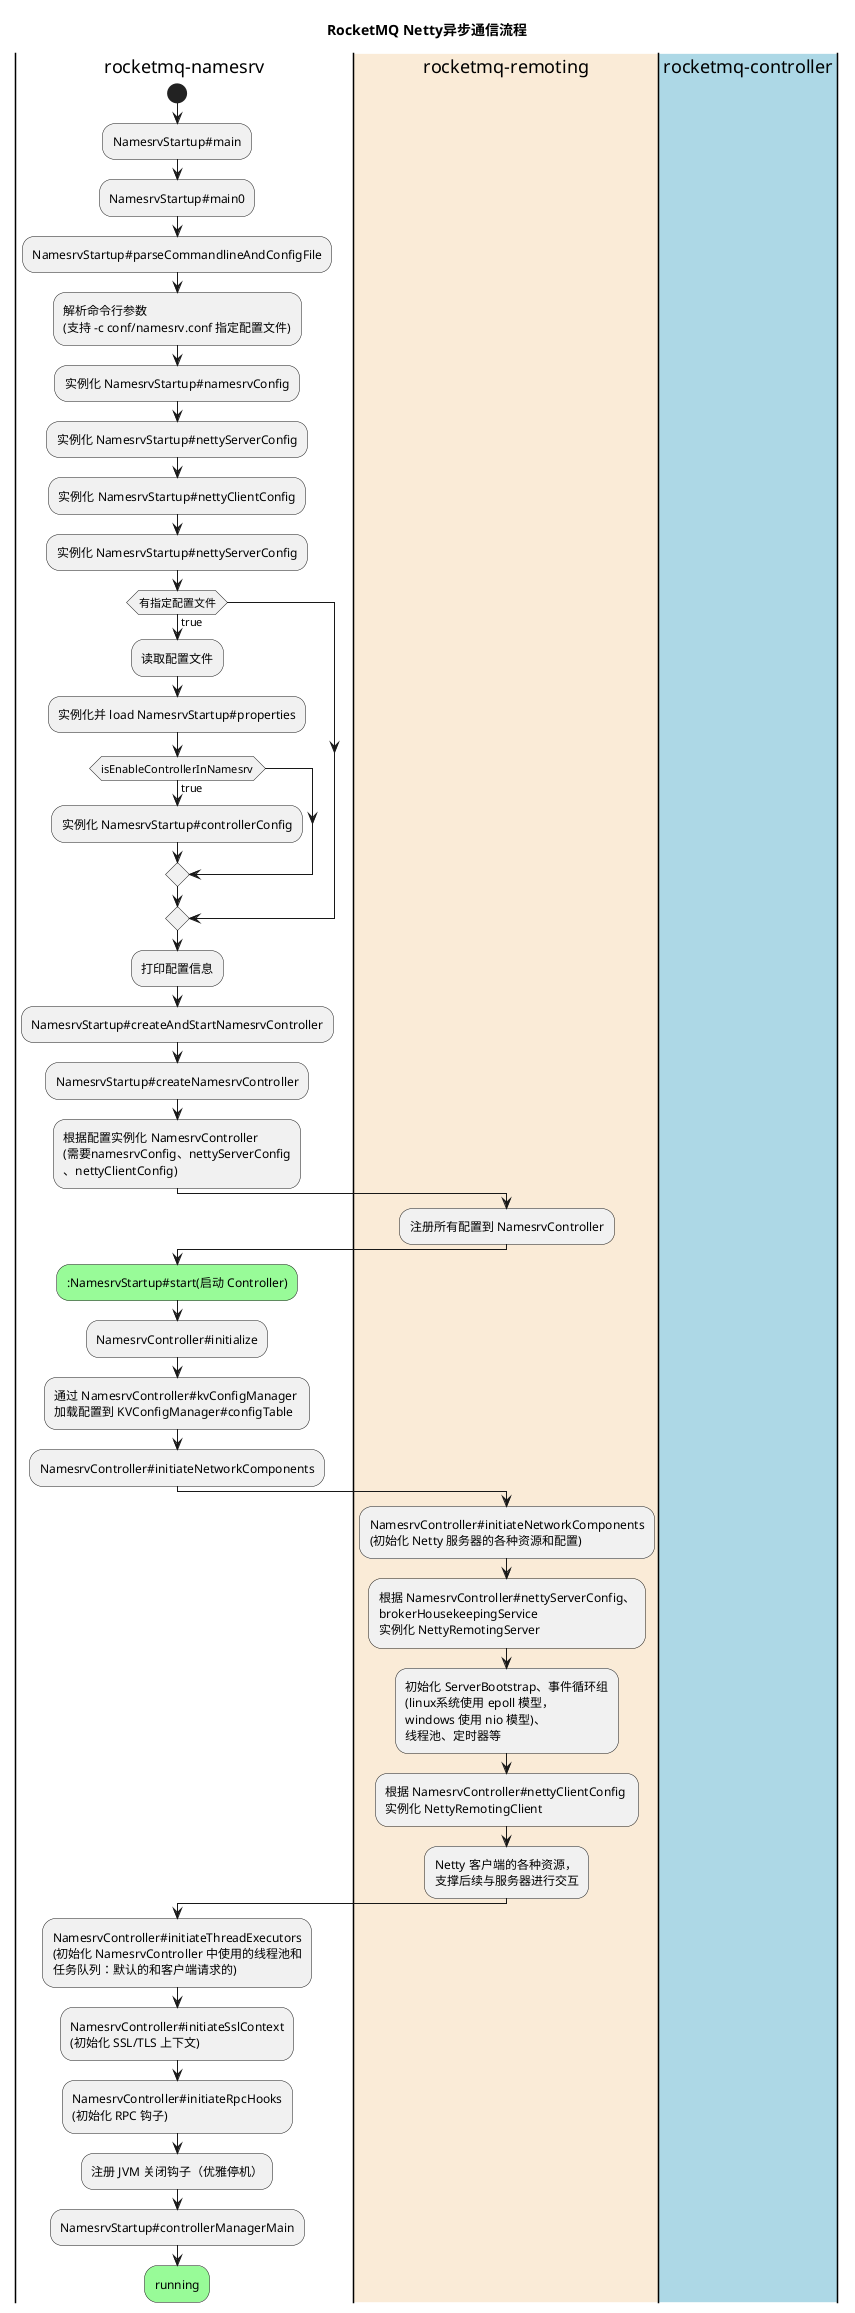
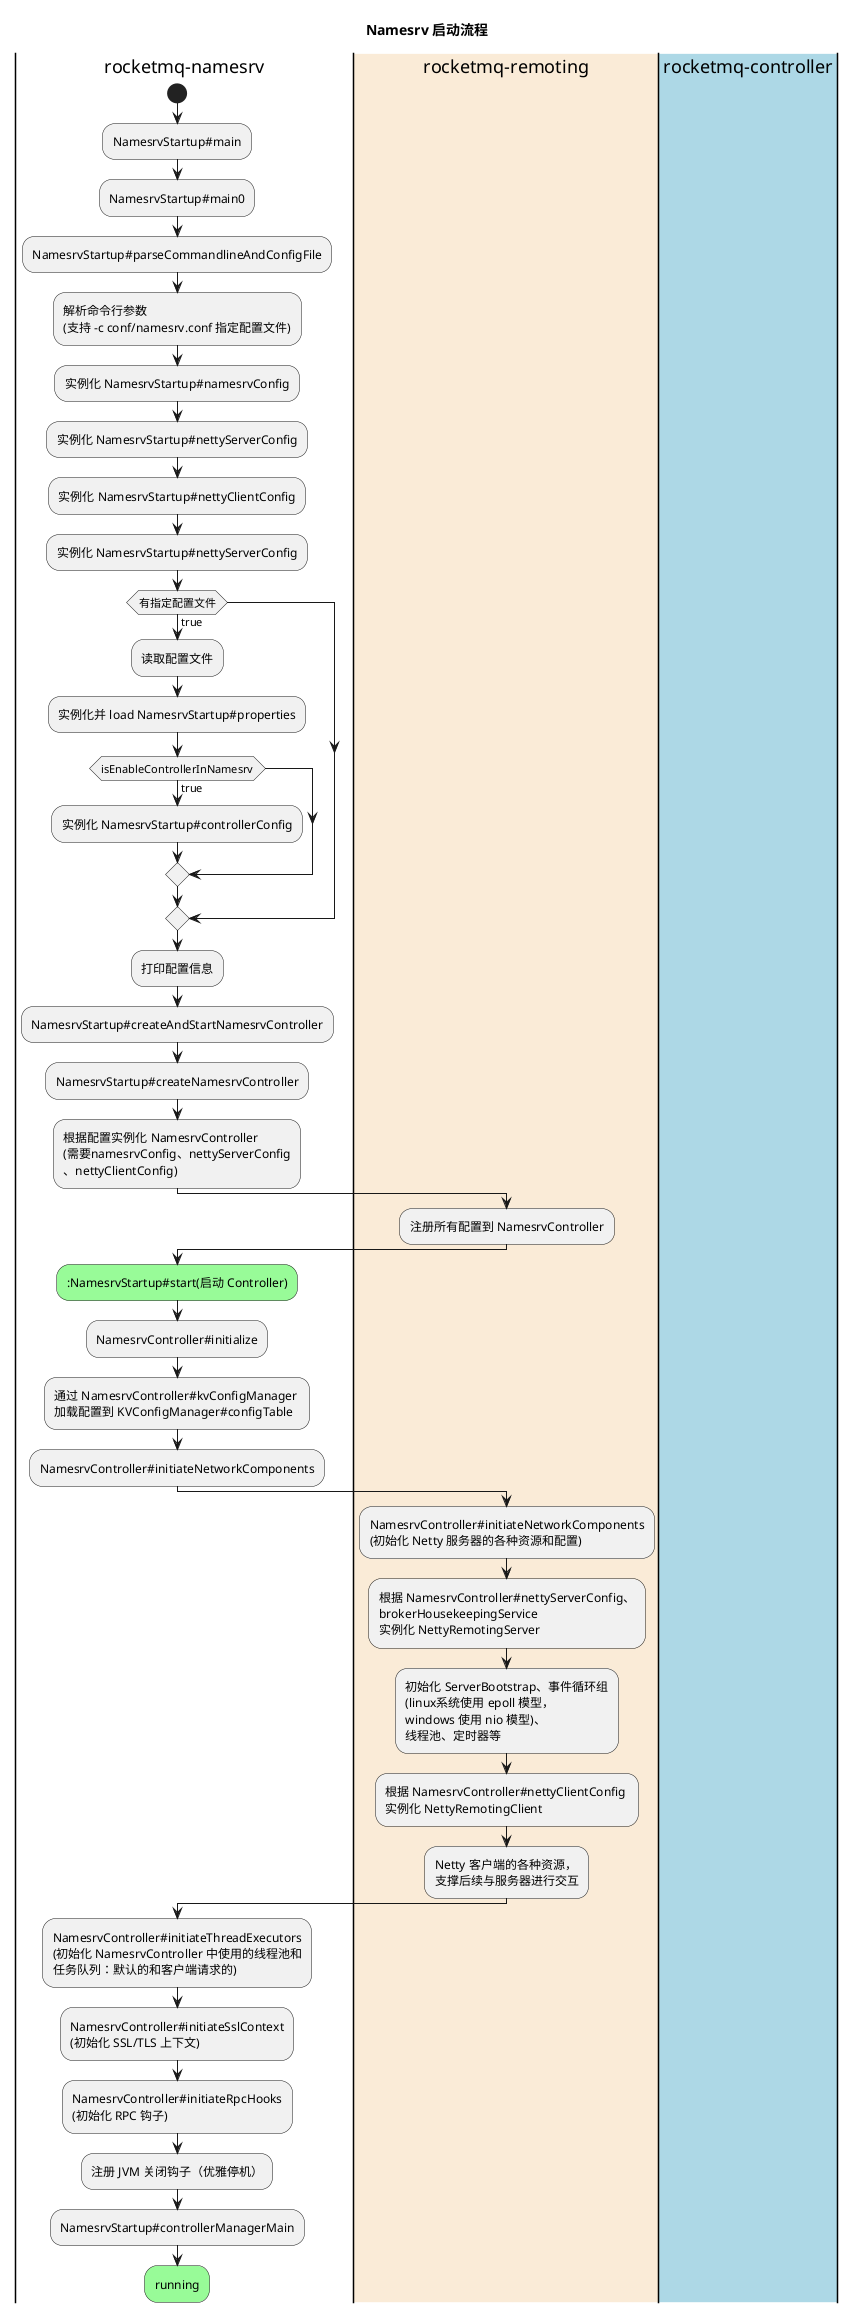
@startuml
- title RocketMQ Netty异步通信流程
+ title Namesrv 启动流程

|rocketmq-namesrv|
start
:NamesrvStartup#main;
    :NamesrvStartup#main0;
        :NamesrvStartup#parseCommandlineAndConfigFile;
            :解析命令行参数\n(支持 -c conf/namesrv.conf 指定配置文件);
            :实例化 NamesrvStartup#namesrvConfig;
            :实例化 NamesrvStartup#nettyServerConfig;
            :实例化 NamesrvStartup#nettyClientConfig;
            :实例化 NamesrvStartup#nettyServerConfig;
            if (有指定配置文件) then (true)
                :读取配置文件;
                :实例化并 load NamesrvStartup#properties;
                if (isEnableControllerInNamesrv) then (true)
                    :实例化 NamesrvStartup#controllerConfig;
                endif
            endif
            :打印配置信息;
        :NamesrvStartup#createAndStartNamesrvController;
            :NamesrvStartup#createNamesrvController;
                :根据配置实例化 NamesrvController\n(需要namesrvConfig、nettyServerConfig\n、nettyClientConfig);
                |#AntiqueWhite|rocketmq-remoting|
                :注册所有配置到 NamesrvController;
            |rocketmq-namesrv|
            #palegreen::NamesrvStartup#start(启动 Controller);
                :NamesrvController#initialize;
                    :通过 NamesrvController#kvConfigManager \n加载配置到 KVConfigManager#configTable;
                    :NamesrvController#initiateNetworkComponents;
                    |#AntiqueWhite|rocketmq-remoting|
                    :NamesrvController#initiateNetworkComponents\n(初始化 Netty 服务器的各种资源和配置);
                        :根据 NamesrvController#nettyServerConfig、\nbrokerHousekeepingService\n实例化 NettyRemotingServer;
                            :初始化 ServerBootstrap、事件循环组\n(linux系统使用 epoll 模型，\nwindows 使用 nio 模型)、\n线程池、定时器等;
                        :根据 NamesrvController#nettyClientConfig \n实例化 NettyRemotingClient;
                            :Netty 客户端的各种资源，\n支撑后续与服务器进行交互;
                    |rocketmq-namesrv|
                    :NamesrvController#initiateThreadExecutors\n(初始化 NamesrvController 中使用的线程池和\n任务队列：默认的和客户端请求的);
                    :NamesrvController#initiateSslContext\n(初始化 SSL/TLS 上下文);
                    :NamesrvController#initiateRpcHooks\n(初始化 RPC 钩子);
                :注册 JVM 关闭钩子（优雅停机）;
:NamesrvStartup#controllerManagerMain;
#palegreen:running;
|#AntiqueWhite|rocketmq-remoting|
|#LightBlue|rocketmq-controller|



@enduml